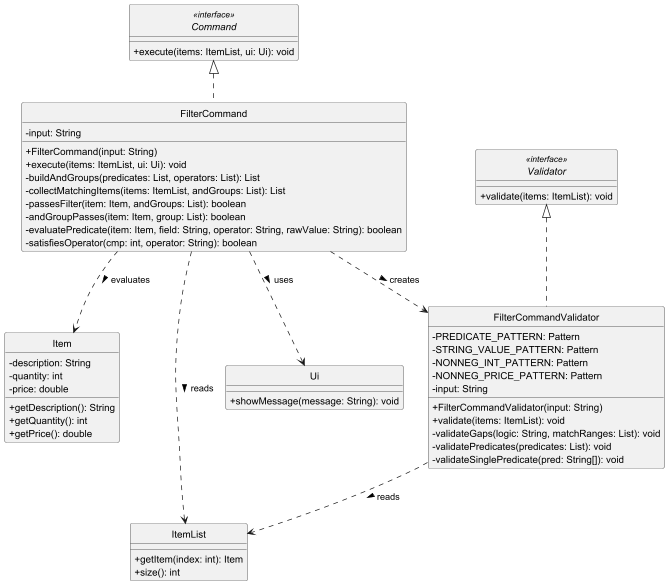
The PlantUML diagram docs/diagrams/FilterCommandClassDiagram.png in adbsw/tp, before a commit.
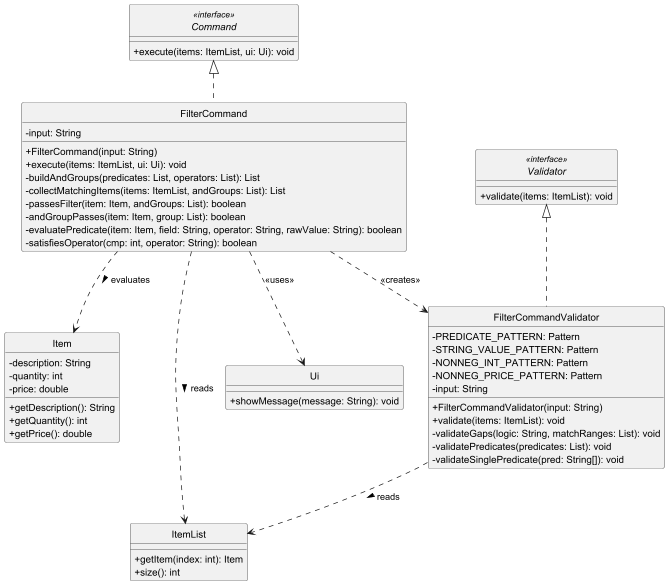
The same file after the commit.

What changed in the source:
```diff
@@ -58,10 +58,10 @@
 Command <|.. FilterCommand
 Validator <|.. FilterCommandValidator
 
-FilterCommand ..> FilterCommandValidator : creates >
+FilterCommand ..> FilterCommandValidator : <<creates>>
 FilterCommand ..> ItemList : reads >
 FilterCommand ..> Item : evaluates >
-FilterCommand ..> Ui : uses >
+FilterCommand ..> Ui : <<uses>>
 FilterCommandValidator ..> ItemList : reads >
 
 @enduml
```
